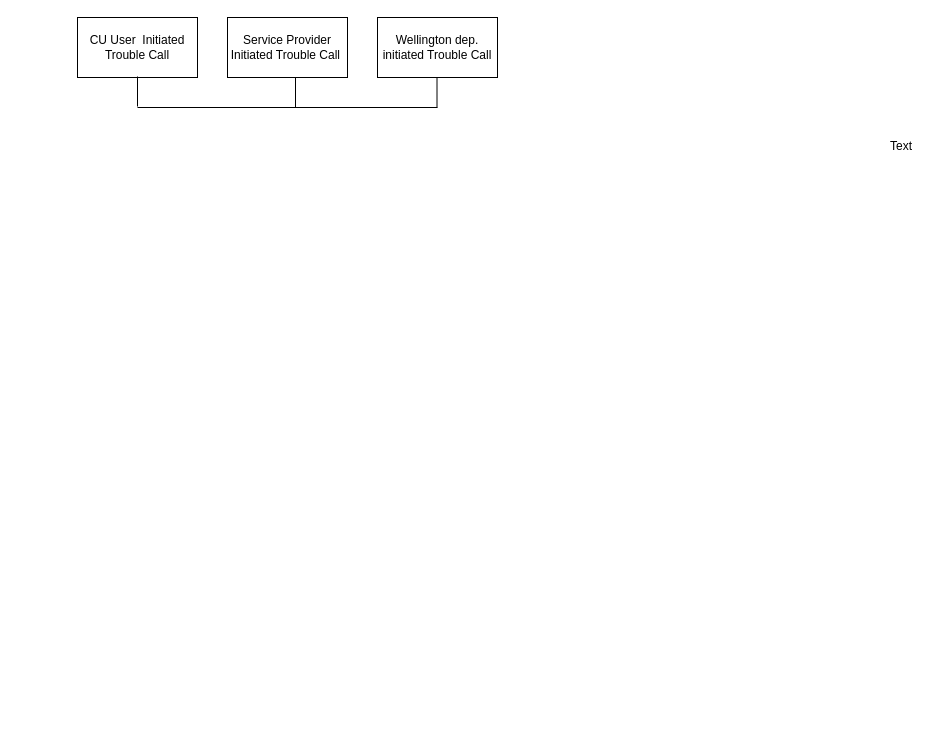
Above: Untitled Diagram.drawio in xavery11235/e-sprzeciw (draw.io), before the change. Source tidied: cells renumbered, new cells numbered last; positions are measured from the earlier drawing's top-left corner, leaving out a move shared by most shapes. Both pictures are drawn from the tidied source at 100%, with x=0, y=0 at pixel (77, 17).
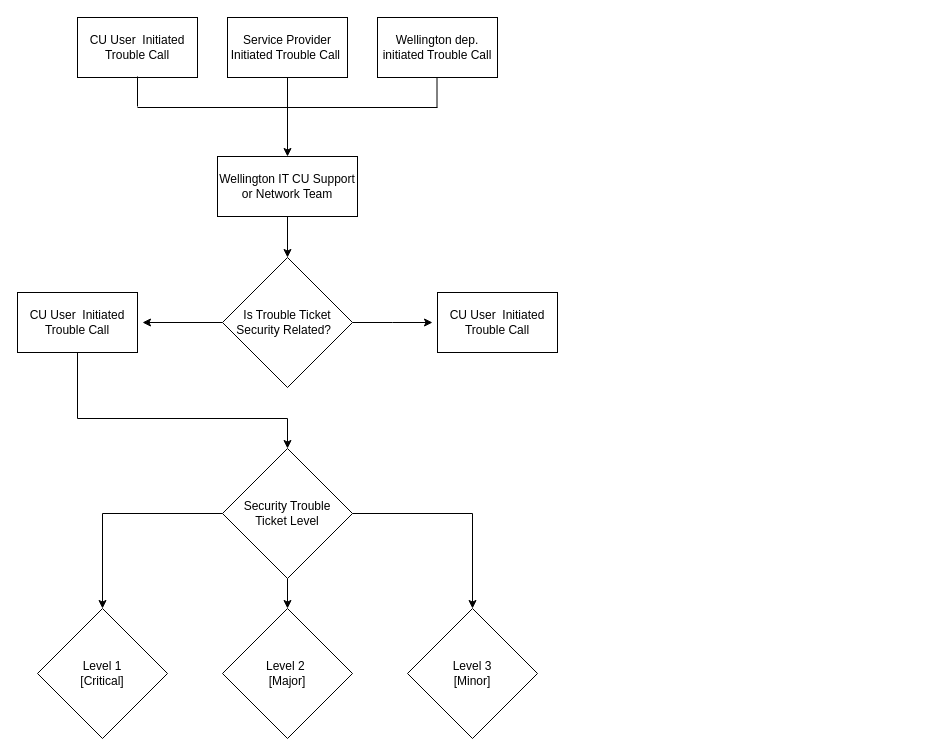
Above is the later version.

Unchanged cells that the change refers to:
```xml
<mxCell id="4" value="Service Provider Initiated Trouble Call&amp;nbsp;" style="rounded=0;whiteSpace=wrap;html=1;" parent="1" vertex="1">
  <mxGeometry x="150" width="120" height="60" as="geometry" />
</mxCell>
```

Change to the diagram source:
```diff
@@
+    <mxCell id="10" style="edgeStyle=orthogonalEdgeStyle;rounded=0;jettySize=auto;html=1;" parent="1" edge="1" source="4" target="12">
+      <mxGeometry relative="1" as="geometry" />
+    </mxCell>
@@
+    <mxCell id="11" style="edgeStyle=orthogonalEdgeStyle;rounded=0;jettySize=auto;html=1;" parent="1" edge="1" source="12">
+      <mxGeometry relative="1" as="geometry">
+        <mxPoint x="210" y="240" as="targetPoint" />
+      </mxGeometry>
+    </mxCell>
+    <mxCell id="12" value="Wellington IT CU Support or Network Team" style="rounded=0;whiteSpace=wrap;html=1;" parent="1" vertex="1">
+      <mxGeometry x="140" y="139" width="140" height="60" as="geometry" />
+    </mxCell>
@@
-    <mxCell id="6" style="endArrow=none;html=1;" parent="1" edge="1">
-      <mxGeometry relative="1" as="geometry">
-        <mxPoint x="218" y="90" as="sourcePoint" />
-        <mxPoint x="218" y="60" as="targetPoint" />
-      </mxGeometry>
-    </mxCell>
@@
-    <mxCell id="9" value="Text" style="text;html=1;align=left;verticalAlign=top;spacingTop=-4;" parent="1" vertex="1">
-      <mxGeometry x="811" y="119" width="40" height="20" as="geometry" />
-    </mxCell>
+    <mxCell id="13" style="edgeStyle=orthogonalEdgeStyle;rounded=0;jettySize=auto;html=1;" parent="1" edge="1" source="15">
+      <mxGeometry relative="1" as="geometry">
+        <mxPoint x="355" y="305" as="targetPoint" />
+      </mxGeometry>
+    </mxCell>
+    <mxCell id="14" style="edgeStyle=orthogonalEdgeStyle;rounded=0;jettySize=auto;html=1;" parent="1" edge="1" source="15">
+      <mxGeometry relative="1" as="geometry">
+        <mxPoint x="65" y="305" as="targetPoint" />
+      </mxGeometry>
+    </mxCell>
+    <mxCell id="15" value="Is Trouble Ticket Security Related?&amp;nbsp;&amp;nbsp;" style="rhombus;whiteSpace=wrap;html=1;" parent="1" vertex="1">
+      <mxGeometry x="145" y="240" width="130" height="130" as="geometry" />
+    </mxCell>
+    <mxCell id="16" style="edgeStyle=orthogonalEdgeStyle;rounded=0;jettySize=auto;html=1;" parent="1" edge="1" source="17" target="22">
+      <mxGeometry relative="1" as="geometry">
+        <Array as="points">
+          <mxPoint y="401" />
+          <mxPoint x="210" y="401" />
+        </Array>
+      </mxGeometry>
+    </mxCell>
+    <mxCell id="17" value="CU User&amp;nbsp; Initiated Trouble Call" style="rounded=0;whiteSpace=wrap;html=1;" parent="1" vertex="1">
+      <mxGeometry x="-60" y="275" width="120" height="60" as="geometry" />
+    </mxCell>
+    <mxCell id="18" value="CU User&amp;nbsp; Initiated Trouble Call" style="rounded=0;whiteSpace=wrap;html=1;" parent="1" vertex="1">
+      <mxGeometry x="360" y="275" width="120" height="60" as="geometry" />
+    </mxCell>
+    <mxCell id="19" style="edgeStyle=orthogonalEdgeStyle;rounded=0;jettySize=auto;html=1;" parent="1" edge="1" source="22" target="25">
+      <mxGeometry relative="1" as="geometry" />
+    </mxCell>
+    <mxCell id="20" style="edgeStyle=orthogonalEdgeStyle;rounded=0;jettySize=auto;html=1;" parent="1" edge="1" source="22" target="24">
+      <mxGeometry relative="1" as="geometry" />
+    </mxCell>
+    <mxCell id="21" style="edgeStyle=orthogonalEdgeStyle;rounded=0;jettySize=auto;html=1;" parent="1" edge="1" source="22" target="23">
+      <mxGeometry relative="1" as="geometry" />
+    </mxCell>
+    <mxCell id="22" value="Security Trouble &lt;br&gt;Ticket Level" style="rhombus;whiteSpace=wrap;html=1;" parent="1" vertex="1">
+      <mxGeometry x="145" y="431" width="130" height="130" as="geometry" />
+    </mxCell>
+    <mxCell id="23" value="Level 1&lt;br&gt;[Critical]&lt;br&gt;" style="rhombus;whiteSpace=wrap;html=1;" parent="1" vertex="1">
+      <mxGeometry x="-40" y="591" width="130" height="130" as="geometry" />
+    </mxCell>
+    <mxCell id="24" value="Level 2&amp;nbsp;&lt;br&gt;[Major]&lt;br&gt;" style="rhombus;whiteSpace=wrap;html=1;" parent="1" vertex="1">
+      <mxGeometry x="145" y="591" width="130" height="130" as="geometry" />
+    </mxCell>
+    <mxCell id="25" value="Level 3&lt;br&gt;[Minor]&lt;br&gt;" style="rhombus;whiteSpace=wrap;html=1;" parent="1" vertex="1">
+      <mxGeometry x="330" y="591" width="130" height="130" as="geometry" />
+    </mxCell>
```
